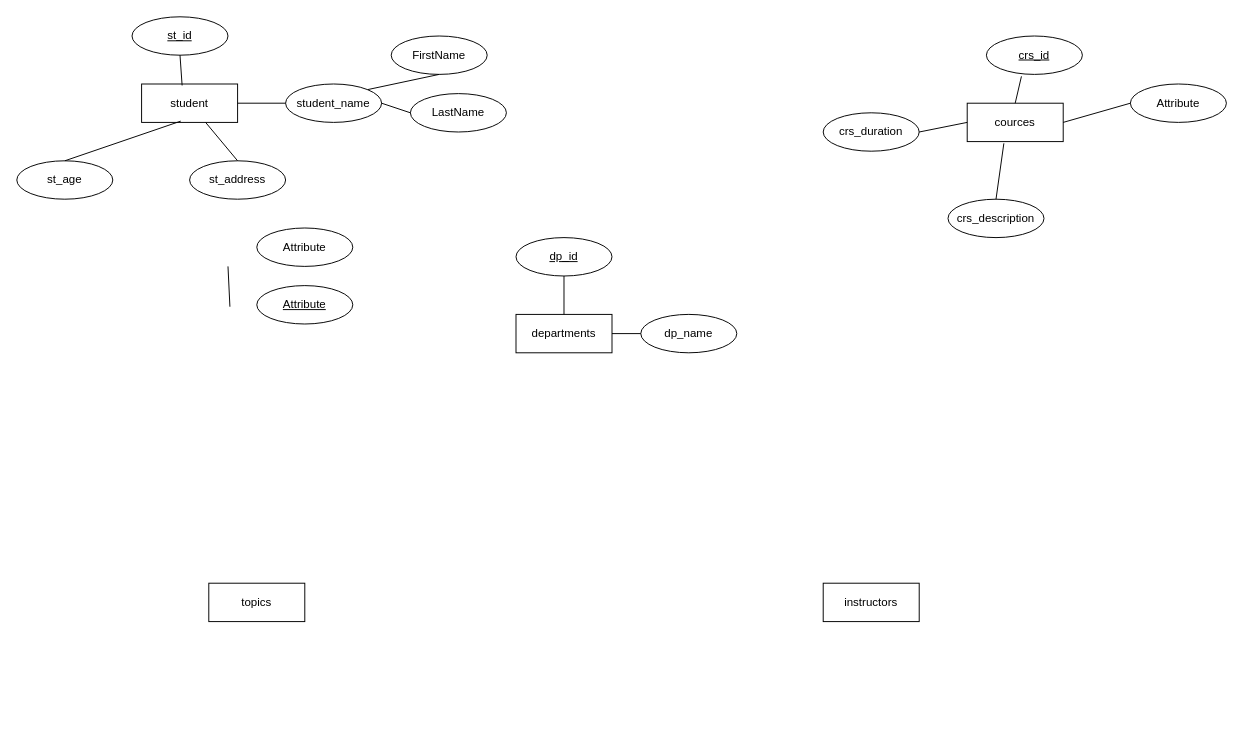
Earlier version of the draw.io diagram ERM/p1.drawio (Basel00s/database-study). Source tidied: cells renumbered, new cells numbered last; positions are measured from the earlier drawing's top-left corner, leaving out a move shared by most shapes. Both pictures are drawn from the tidied source at 96%, with x=0, y=0 at pixel (16, 16).
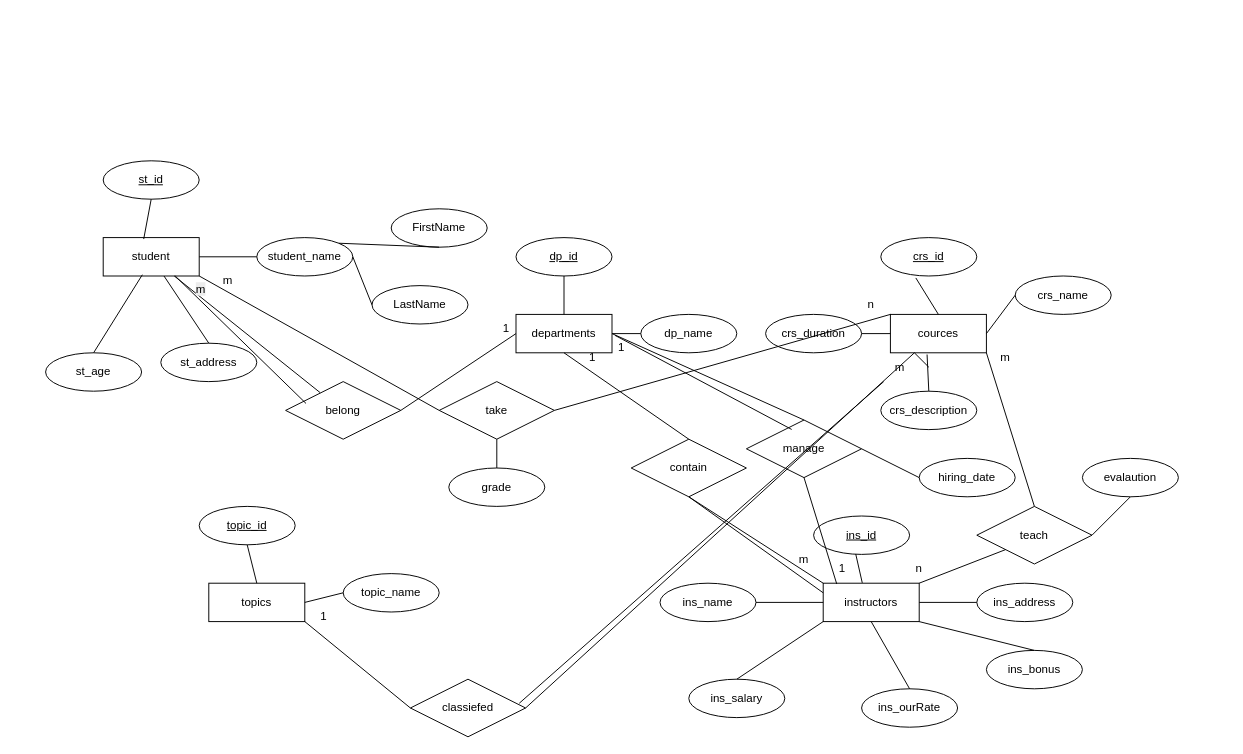
Above is the later version.

Commit message:
refactor: adjust positions and labels in draw.io diagram for clarity

The change refers to these unchanged cells:
```xml
<mxCell id="2" value="departments" style="whiteSpace=wrap;html=1;align=center;" parent="1" vertex="1">
  <mxGeometry x="520" y="310" width="100" height="40" as="geometry" />
</mxCell>
<mxCell id="5" value="instructors" style="whiteSpace=wrap;html=1;align=center;" parent="1" vertex="1">
  <mxGeometry x="840" y="590" width="100" height="40" as="geometry" />
</mxCell>
<mxCell id="6" value="topics" style="whiteSpace=wrap;html=1;align=center;" parent="1" vertex="1">
  <mxGeometry x="200" y="590" width="100" height="40" as="geometry" />
</mxCell>
```

Change to the diagram source:
```diff
@@
     <mxCell id="3" value="student" style="whiteSpace=wrap;html=1;align=center;" parent="1" vertex="1">
-      <mxGeometry x="130" y="70" width="100" height="40" as="geometry" />
+      <mxGeometry x="90" y="230" width="100" height="40" as="geometry" />
     </mxCell>
     <mxCell id="4" value="cources" style="whiteSpace=wrap;html=1;align=center;" parent="1" vertex="1">
-      <mxGeometry x="990" y="90" width="100" height="40" as="geometry" />
+      <mxGeometry x="910" y="310" width="100" height="40" as="geometry" />
     </mxCell>
@@
-    <mxCell id="7" value="Attribute" style="ellipse;whiteSpace=wrap;html=1;align=center;" parent="1" vertex="1">
-      <mxGeometry x="250" y="220" width="100" height="40" as="geometry" />
+    <mxCell id="7" value="topic_name" style="ellipse;whiteSpace=wrap;html=1;align=center;" parent="1" vertex="1">
+      <mxGeometry x="340" y="580" width="100" height="40" as="geometry" />
     </mxCell>
-    <mxCell id="8" value="Attribute" style="ellipse;whiteSpace=wrap;html=1;align=center;fontStyle=4;" parent="1" vertex="1">
-      <mxGeometry x="250" y="280" width="100" height="40" as="geometry" />
+    <mxCell id="8" value="topic_id" style="ellipse;whiteSpace=wrap;html=1;align=center;fontStyle=4;" parent="1" vertex="1">
+      <mxGeometry x="190" y="510" width="100" height="40" as="geometry" />
     </mxCell>
     <mxCell id="9" value="st_id" style="ellipse;whiteSpace=wrap;html=1;align=center;fontStyle=4;" parent="1" vertex="1">
-      <mxGeometry x="120" width="100" height="40" as="geometry" />
+      <mxGeometry x="90" y="150" width="100" height="40" as="geometry" />
     </mxCell>
@@
     <mxCell id="11" value="student_name" style="ellipse;whiteSpace=wrap;html=1;align=center;" parent="1" vertex="1">
-      <mxGeometry x="280" y="70" width="100" height="40" as="geometry" />
+      <mxGeometry x="250" y="230" width="100" height="40" as="geometry" />
     </mxCell>
     <mxCell id="12" value="FirstName" style="ellipse;whiteSpace=wrap;html=1;align=center;" parent="1" vertex="1">
-      <mxGeometry x="390" y="20" width="100" height="40" as="geometry" />
+      <mxGeometry x="390" y="200" width="100" height="40" as="geometry" />
     </mxCell>
     <mxCell id="13" value="LastName" style="ellipse;whiteSpace=wrap;html=1;align=center;" parent="1" vertex="1">
-      <mxGeometry x="410" y="80" width="100" height="40" as="geometry" />
+      <mxGeometry x="370" y="280" width="100" height="40" as="geometry" />
     </mxCell>
-    <mxCell id="14" style="endArrow=none;html=1;rounded=0;entryX=0.5;entryY=1;entryDx=0;entryDy=0;exitX=0.422;exitY=0.038;exitDx=0;exitDy=0;exitPerimeter=0;" parent="1" edge="1">
-      <mxGeometry relative="1" as="geometry">
-        <mxPoint x="222" y="302" as="sourcePoint" />
-        <mxPoint x="220" y="260" as="targetPoint" />
-      </mxGeometry>
+    <mxCell id="14" style="endArrow=none;html=1;rounded=0;entryX=1;entryY=0.5;entryDx=0;entryDy=0;exitX=0;exitY=0.5;exitDx=0;exitDy=0;" parent="1" edge="1" source="7" target="6">
+      <mxGeometry relative="1" as="geometry" />
     </mxCell>
@@
     <mxCell id="18" value="st_age" style="ellipse;whiteSpace=wrap;html=1;align=center;" parent="1" vertex="1">
-      <mxGeometry y="150" width="100" height="40" as="geometry" />
+      <mxGeometry x="30" y="350" width="100" height="40" as="geometry" />
     </mxCell>
     <mxCell id="19" value="st_address" style="ellipse;whiteSpace=wrap;html=1;align=center;" parent="1" vertex="1">
-      <mxGeometry x="180" y="150" width="100" height="40" as="geometry" />
+      <mxGeometry x="150" y="340" width="100" height="40" as="geometry" />
     </mxCell>
@@
     <mxCell id="26" value="crs_id" style="ellipse;whiteSpace=wrap;html=1;align=center;fontStyle=4;" parent="1" vertex="1">
-      <mxGeometry x="1010" y="20" width="100" height="40" as="geometry" />
+      <mxGeometry x="900" y="230" width="100" height="40" as="geometry" />
     </mxCell>
-    <mxCell id="27" value="Attribute" style="ellipse;whiteSpace=wrap;html=1;align=center;" parent="1" vertex="1">
-      <mxGeometry x="1160" y="70" width="100" height="40" as="geometry" />
+    <mxCell id="27" value="crs_name" style="ellipse;whiteSpace=wrap;html=1;align=center;" parent="1" vertex="1">
+      <mxGeometry x="1040" y="270" width="100" height="40" as="geometry" />
     </mxCell>
     <mxCell id="28" value="crs_duration" style="ellipse;whiteSpace=wrap;html=1;align=center;" parent="1" vertex="1">
-      <mxGeometry x="840" y="100" width="100" height="40" as="geometry" />
+      <mxGeometry x="780" y="310" width="100" height="40" as="geometry" />
     </mxCell>
     <mxCell id="29" value="crs_description" style="ellipse;whiteSpace=wrap;html=1;align=center;" parent="1" vertex="1">
-      <mxGeometry x="970" y="190" width="100" height="40" as="geometry" />
+      <mxGeometry x="900" y="390" width="100" height="40" as="geometry" />
     </mxCell>
@@
+    <mxCell id="34" value="ins_id" style="ellipse;whiteSpace=wrap;html=1;align=center;fontStyle=4;" parent="1" vertex="1">
+      <mxGeometry x="830" y="520" width="100" height="40" as="geometry" />
+    </mxCell>
+    <mxCell id="35" value="ins_name" style="ellipse;whiteSpace=wrap;html=1;align=center;" parent="1" vertex="1">
+      <mxGeometry x="670" y="590" width="100" height="40" as="geometry" />
+    </mxCell>
+    <mxCell id="36" value="ins_salary" style="ellipse;whiteSpace=wrap;html=1;align=center;" parent="1" vertex="1">
+      <mxGeometry x="700" y="690" width="100" height="40" as="geometry" />
+    </mxCell>
+    <mxCell id="37" value="ins_ourRate" style="ellipse;whiteSpace=wrap;html=1;align=center;" parent="1" vertex="1">
+      <mxGeometry x="880" y="700" width="100" height="40" as="geometry" />
+    </mxCell>
+    <mxCell id="38" value="ins_bonus" style="ellipse;whiteSpace=wrap;html=1;align=center;" parent="1" vertex="1">
+      <mxGeometry x="1010" y="660" width="100" height="40" as="geometry" />
+    </mxCell>
+    <mxCell id="39" value="ins_address" style="ellipse;whiteSpace=wrap;html=1;align=center;" parent="1" vertex="1">
+      <mxGeometry x="1000" y="590" width="100" height="40" as="geometry" />
+    </mxCell>
+    <mxCell id="40" style="endArrow=none;html=1;rounded=0;entryX=0;entryY=0.5;entryDx=0;entryDy=0;exitX=1;exitY=0.5;exitDx=0;exitDy=0;" parent="1" edge="1" source="5" target="39">
+      <mxGeometry relative="1" as="geometry" />
+    </mxCell>
+    <mxCell id="41" style="endArrow=none;html=1;rounded=0;entryX=0.5;entryY=0;entryDx=0;entryDy=0;exitX=0.5;exitY=1;exitDx=0;exitDy=0;" parent="1" edge="1" source="5" target="37">
+      <mxGeometry relative="1" as="geometry" />
+    </mxCell>
+    <mxCell id="42" style="endArrow=none;html=1;rounded=0;entryX=1;entryY=1;entryDx=0;entryDy=0;exitX=0.5;exitY=0;exitDx=0;exitDy=0;" parent="1" edge="1" source="38" target="5">
+      <mxGeometry relative="1" as="geometry" />
+    </mxCell>
+    <mxCell id="43" style="endArrow=none;html=1;rounded=0;entryX=0.5;entryY=0;entryDx=0;entryDy=0;exitX=0;exitY=1;exitDx=0;exitDy=0;" parent="1" edge="1" source="5" target="36">
+      <mxGeometry relative="1" as="geometry" />
+    </mxCell>
+    <mxCell id="44" style="endArrow=none;html=1;rounded=0;entryX=1;entryY=0.5;entryDx=0;entryDy=0;exitX=0;exitY=0.5;exitDx=0;exitDy=0;" parent="1" edge="1" source="5" target="35">
+      <mxGeometry relative="1" as="geometry" />
+    </mxCell>
+    <mxCell id="45" style="endArrow=none;html=1;rounded=0;entryX=0.439;entryY=0.992;entryDx=0;entryDy=0;exitX=0.407;exitY=-0.009;exitDx=0;exitDy=0;exitPerimeter=0;entryPerimeter=0;" parent="1" edge="1" source="5" target="34">
+      <mxGeometry relative="1" as="geometry" />
+    </mxCell>
+    <mxCell id="46" style="endArrow=none;html=1;rounded=0;entryX=0.5;entryY=1;entryDx=0;entryDy=0;exitX=0.5;exitY=0;exitDx=0;exitDy=0;" parent="1" edge="1" source="6" target="8">
+      <mxGeometry relative="1" as="geometry" />
+    </mxCell>
+    <mxCell id="47" value="take" style="shape=rhombus;perimeter=rhombusPerimeter;whiteSpace=wrap;html=1;align=center;" parent="1" vertex="1">
+      <mxGeometry x="440" y="380" width="120" height="60" as="geometry" />
+    </mxCell>
+    <mxCell id="48" value="grade" style="ellipse;whiteSpace=wrap;html=1;align=center;" parent="1" vertex="1">
+      <mxGeometry x="450" y="470" width="100" height="40" as="geometry" />
+    </mxCell>
+    <mxCell id="49" style="endArrow=none;html=1;rounded=0;entryX=0.5;entryY=0;entryDx=0;entryDy=0;exitX=0.5;exitY=1;exitDx=0;exitDy=0;" parent="1" edge="1" source="47" target="48">
+      <mxGeometry relative="1" as="geometry" />
+    </mxCell>
+    <mxCell id="50" style="endArrow=none;html=1;rounded=0;entryX=1;entryY=0.5;entryDx=0;entryDy=0;exitX=0;exitY=0;exitDx=0;exitDy=0;" parent="1" edge="1" source="4" target="47">
+      <mxGeometry relative="1" as="geometry" />
+    </mxCell>
+    <mxCell id="51" style="endArrow=none;html=1;rounded=0;entryX=1;entryY=1;entryDx=0;entryDy=0;exitX=0;exitY=0.5;exitDx=0;exitDy=0;" parent="1" edge="1" source="47" target="3">
+      <mxGeometry relative="1" as="geometry" />
+    </mxCell>
+    <mxCell id="52" value="m" style="text;html=1;whiteSpace=wrap;strokeColor=none;fillColor=none;align=center;verticalAlign=middle;rounded=0;" parent="1" vertex="1">
+      <mxGeometry x="190" y="260" width="60" height="30" as="geometry" />
+    </mxCell>
+    <mxCell id="53" value="n" style="text;html=1;whiteSpace=wrap;strokeColor=none;fillColor=none;align=center;verticalAlign=middle;rounded=0;" parent="1" vertex="1">
+      <mxGeometry x="860" y="285" width="60" height="30" as="geometry" />
+    </mxCell>
+    <mxCell id="54" value="contain" style="shape=rhombus;perimeter=rhombusPerimeter;whiteSpace=wrap;html=1;align=center;" parent="1" vertex="1">
+      <mxGeometry x="640" y="440" width="120" height="60" as="geometry" />
+    </mxCell>
+    <mxCell id="55" style="endArrow=none;html=1;rounded=0;entryX=0.5;entryY=0;entryDx=0;entryDy=0;exitX=0.5;exitY=1;exitDx=0;exitDy=0;" parent="1" edge="1" source="2" target="54">
+      <mxGeometry relative="1" as="geometry" />
+    </mxCell>
+    <mxCell id="56" style="endArrow=none;html=1;rounded=0;entryX=0;entryY=0;entryDx=0;entryDy=0;exitX=0.5;exitY=1;exitDx=0;exitDy=0;" parent="1" edge="1" source="54" target="5">
+      <mxGeometry relative="1" as="geometry" />
+    </mxCell>
+    <mxCell id="57" value="m" style="text;html=1;whiteSpace=wrap;strokeColor=none;fillColor=none;align=center;verticalAlign=middle;rounded=0;" parent="1" vertex="1">
+      <mxGeometry x="790" y="550" width="60" height="30" as="geometry" />
+    </mxCell>
+    <mxCell id="58" value="1" style="text;html=1;whiteSpace=wrap;strokeColor=none;fillColor=none;align=center;verticalAlign=middle;rounded=0;" parent="1" vertex="1">
+      <mxGeometry x="570" y="340" width="60" height="30" as="geometry" />
+    </mxCell>
+    <mxCell id="59" value="manage" style="shape=rhombus;perimeter=rhombusPerimeter;whiteSpace=wrap;html=1;align=center;" parent="1" vertex="1">
+      <mxGeometry x="760" y="420" width="120" height="60" as="geometry" />
+    </mxCell>
+    <mxCell id="60" style="endArrow=none;html=1;rounded=0;entryX=0.141;entryY=0.02;entryDx=0;entryDy=0;exitX=0.5;exitY=1;exitDx=0;exitDy=0;entryPerimeter=0;" parent="1" edge="1" source="59" target="5">
+      <mxGeometry relative="1" as="geometry" />
+    </mxCell>
+    <mxCell id="61" style="endArrow=none;html=1;rounded=0;entryX=0.5;entryY=0;entryDx=0;entryDy=0;exitX=1;exitY=0.5;exitDx=0;exitDy=0;" parent="1" edge="1" source="2" target="59">
+      <mxGeometry relative="1" as="geometry" />
+    </mxCell>
+    <mxCell id="62" value="1" style="text;html=1;whiteSpace=wrap;strokeColor=none;fillColor=none;align=center;verticalAlign=middle;rounded=0;" parent="1" vertex="1">
+      <mxGeometry x="830" y="560" width="60" height="30" as="geometry" />
+    </mxCell>
+    <mxCell id="63" value="1" style="text;html=1;whiteSpace=wrap;strokeColor=none;fillColor=none;align=center;verticalAlign=middle;rounded=0;" parent="1" vertex="1">
+      <mxGeometry x="600" y="330" width="60" height="30" as="geometry" />
+    </mxCell>
+    <mxCell id="64" value="hiring_date" style="ellipse;whiteSpace=wrap;html=1;align=center;" parent="1" vertex="1">
+      <mxGeometry x="940" y="460" width="100" height="40" as="geometry" />
+    </mxCell>
+    <mxCell id="65" style="endArrow=none;html=1;rounded=0;entryX=0;entryY=0.5;entryDx=0;entryDy=0;exitX=1;exitY=0.5;exitDx=0;exitDy=0;" parent="1" edge="1" source="59" target="64">
+      <mxGeometry relative="1" as="geometry" />
+    </mxCell>
+    <mxCell id="66" value="teach" style="shape=rhombus;perimeter=rhombusPerimeter;whiteSpace=wrap;html=1;align=center;" parent="1" vertex="1">
+      <mxGeometry x="1000" y="510" width="120" height="60" as="geometry" />
+    </mxCell>
+    <mxCell id="67" style="endArrow=none;html=1;rounded=0;entryX=1;entryY=0;entryDx=0;entryDy=0;exitX=0;exitY=1;exitDx=0;exitDy=0;" parent="1" edge="1" source="66" target="5">
+      <mxGeometry relative="1" as="geometry" />
+    </mxCell>
+    <mxCell id="68" style="endArrow=none;html=1;rounded=0;entryX=0.5;entryY=0;entryDx=0;entryDy=0;exitX=1;exitY=1;exitDx=0;exitDy=0;" parent="1" edge="1" source="4" target="66">
+      <mxGeometry relative="1" as="geometry" />
+    </mxCell>
+    <mxCell id="69" value="n" style="text;html=1;whiteSpace=wrap;strokeColor=none;fillColor=none;align=center;verticalAlign=middle;rounded=0;" parent="1" vertex="1">
+      <mxGeometry x="910" y="560" width="60" height="30" as="geometry" />
+    </mxCell>
+    <mxCell id="70" value="m" style="text;html=1;whiteSpace=wrap;strokeColor=none;fillColor=none;align=center;verticalAlign=middle;rounded=0;" parent="1" vertex="1">
+      <mxGeometry x="1000" y="340" width="60" height="30" as="geometry" />
+    </mxCell>
+    <mxCell id="71" value="evalaution" style="ellipse;whiteSpace=wrap;html=1;align=center;" parent="1" vertex="1">
+      <mxGeometry x="1110" y="460" width="100" height="40" as="geometry" />
+    </mxCell>
+    <mxCell id="72" style="endArrow=none;html=1;rounded=0;entryX=0.5;entryY=1;entryDx=0;entryDy=0;exitX=1;exitY=0.5;exitDx=0;exitDy=0;" parent="1" edge="1" source="66" target="71">
+      <mxGeometry relative="1" as="geometry" />
+    </mxCell>
+    <mxCell id="73" value="classiefed" style="shape=rhombus;perimeter=rhombusPerimeter;whiteSpace=wrap;html=1;align=center;" parent="1" vertex="1">
+      <mxGeometry x="410" y="690" width="120" height="60" as="geometry" />
+    </mxCell>
+    <mxCell id="74" style="endArrow=none;html=1;rounded=0;entryX=0;entryY=0.5;entryDx=0;entryDy=0;exitX=1;exitY=1;exitDx=0;exitDy=0;" parent="1" edge="1" source="6" target="73">
+      <mxGeometry relative="1" as="geometry" />
+    </mxCell>
+    <mxCell id="75" value="1" style="text;html=1;whiteSpace=wrap;strokeColor=none;fillColor=none;align=center;verticalAlign=middle;rounded=0;" parent="1" vertex="1">
+      <mxGeometry x="290" y="610" width="60" height="30" as="geometry" />
+    </mxCell>
+    <mxCell id="76" style="endArrow=none;html=1;rounded=0;entryX=1;entryY=0.5;entryDx=0;entryDy=0;exitX=0.25;exitY=1;exitDx=0;exitDy=0;" parent="1" edge="1" source="4" target="73">
+      <mxGeometry relative="1" as="geometry" />
+    </mxCell>
+    <mxCell id="77" style="endArrow=none;html=1;rounded=0;entryX=1;entryY=0.5;entryDx=0;entryDy=0;exitX=0.25;exitY=1;exitDx=0;exitDy=0;" parent="1" edge="1" source="4" target="78">
+      <mxGeometry relative="1" as="geometry" />
+    </mxCell>
+    <mxCell id="78" value="m" style="text;html=1;whiteSpace=wrap;strokeColor=none;fillColor=none;align=center;verticalAlign=middle;rounded=0;" parent="1" vertex="1">
+      <mxGeometry x="890" y="350" width="60" height="30" as="geometry" />
+    </mxCell>
+    <mxCell id="79" value="belong" style="shape=rhombus;perimeter=rhombusPerimeter;whiteSpace=wrap;html=1;align=center;" parent="1" vertex="1">
+      <mxGeometry x="280" y="380" width="120" height="60" as="geometry" />
+    </mxCell>
+    <mxCell id="80" style="endArrow=none;html=1;rounded=0;exitX=0.75;exitY=1;exitDx=0;exitDy=0;" parent="1" edge="1">
+      <mxGeometry relative="1" as="geometry">
+        <mxPoint x="164" y="270" as="sourcePoint" />
+        <mxPoint x="316" y="391.5" as="targetPoint" />
+      </mxGeometry>
+    </mxCell>
+    <mxCell id="81" style="endArrow=none;html=1;rounded=0;entryX=0;entryY=0.5;entryDx=0;entryDy=0;exitX=1;exitY=0.5;exitDx=0;exitDy=0;" parent="1" edge="1" source="79" target="2">
+      <mxGeometry relative="1" as="geometry" />
+    </mxCell>
+    <mxCell id="82" value="&lt;span style=&quot;color: rgb(0, 0, 0); font-family: Helvetica; font-size: 12px; font-style: normal; font-variant-ligatures: normal; font-variant-caps: normal; font-weight: 400; letter-spacing: normal; orphans: 2; text-align: center; text-indent: 0px; text-transform: none; widows: 2; word-spacing: 0px; -webkit-text-stroke-width: 0px; white-space: normal; background-color: rgb(236, 236, 236); text-decoration-thickness: initial; text-decoration-style: initial; text-decoration-color: initial; display: inline !important; float: none;&quot;&gt;m&lt;/span&gt;" style="text;whiteSpace=wrap;html=1;" parent="1" vertex="1">
+      <mxGeometry x="185" y="270" width="30" height="40" as="geometry" />
+    </mxCell>
+    <mxCell id="83" value="1" style="text;html=1;whiteSpace=wrap;strokeColor=none;fillColor=none;align=center;verticalAlign=middle;rounded=0;" parent="1" vertex="1">
+      <mxGeometry x="480" y="310" width="60" height="30" as="geometry" />
+    </mxCell>
+    <mxCell id="84" style="endArrow=none;html=1;rounded=0;exitX=0.75;exitY=1;exitDx=0;exitDy=0;entryX=0.177;entryY=0.379;entryDx=0;entryDy=0;entryPerimeter=0;" parent="1" edge="1" source="3" target="79">
+      <mxGeometry relative="1" as="geometry" />
+    </mxCell>
+    <mxCell id="85" style="endArrow=none;html=1;rounded=0;entryX=0;entryY=0.25;entryDx=0;entryDy=0;exitX=0.5;exitY=1;exitDx=0;exitDy=0;" parent="1" edge="1" source="54" target="5">
+      <mxGeometry relative="1" as="geometry" />
+    </mxCell>
+    <mxCell id="86" style="endArrow=none;html=1;rounded=0;entryX=0.393;entryY=0.164;entryDx=0;entryDy=0;exitX=0.385;exitY=0.061;exitDx=0;exitDy=0;exitPerimeter=0;entryPerimeter=0;" parent="1" edge="1" source="63" target="59">
+      <mxGeometry relative="1" as="geometry" />
+    </mxCell>
+    <mxCell id="87" style="endArrow=none;html=1;rounded=0;entryX=0.945;entryY=0.418;entryDx=0;entryDy=0;entryPerimeter=0;" parent="1" edge="1" source="78" target="73">
+      <mxGeometry relative="1" as="geometry" />
+    </mxCell>
```
